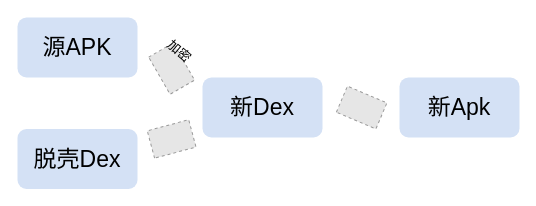
Earlier version of the draw.io diagram page "第 5 页" (5 of 5) of src/Untitled Diagram.drawio (maoqifan1/drawio). Source tidied: cells renumbered, new cells numbered last; positions are measured from the earlier drawing's top-left corner, leaving out a move shared by most shapes. Both pictures are drawn from the tidied source at 100%, with x=0, y=0 at pixel (17, 17). Pictures stored in the file or linked from it are replaced by grey dashed boxes.
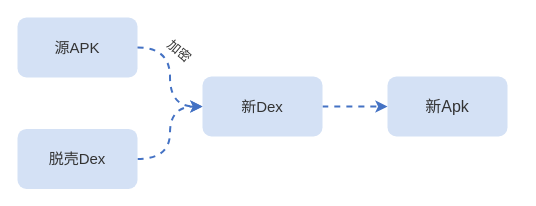
Above is the later version.

Change to the diagram source:
```diff
@@
 <mxGraphModel>
   <root>
     <mxCell id="0" />
     <mxCell id="1" parent="0" />
+    <mxCell id="10" style="group;" parent="1" vertex="1">
+      <mxGeometry y="-0.4" width="490" height="171.8" as="geometry" />
+    </mxCell>
-    <mxCell id="2" value="&lt;font style=&quot;font-size: 23px;&quot;&gt;源APK&lt;/font&gt;" style="rounded=1;whiteSpace=wrap;html=1;fillColor=#D4E1F5;strokeColor=none;" parent="1" vertex="1">
-      <mxGeometry width="120" height="60" as="geometry" />
+    <mxCell id="2" value="&lt;font color=&quot;#333333&quot; style=&quot;font-size: 15px;&quot;&gt;源APK&lt;/font&gt;" style="rounded=1;whiteSpace=wrap;html=1;fillColor=#D4E1F5;strokeColor=none;" parent="10" vertex="1">
+      <mxGeometry y="0.4" width="120" height="60" as="geometry" />
     </mxCell>
-    <mxCell id="3" value="&lt;font style=&quot;font-size: 23px;&quot;&gt;新Apk&lt;/font&gt;" style="rounded=1;whiteSpace=wrap;html=1;fillColor=#D4E1F5;strokeColor=none;" parent="1" vertex="1">
-      <mxGeometry x="382" y="60" width="120" height="60" as="geometry" />
+    <mxCell id="3" value="&lt;font color=&quot;#333333&quot; style=&quot;font-size: 16px;&quot;&gt;新Apk&lt;/font&gt;" style="rounded=1;whiteSpace=wrap;html=1;fillColor=#D4E1F5;strokeColor=none;" parent="10" vertex="1">
+      <mxGeometry x="370" y="59.4" width="120" height="60" as="geometry" />
     </mxCell>
+    <mxCell id="11" style="edgeStyle=orthogonalEdgeStyle;curved=1;rounded=0;jettySize=auto;html=1;exitX=1;exitY=0.5;exitDx=0;exitDy=0;dashed=1;strokeColor=#4472C4;strokeWidth=2;fontSize=18;" parent="10" edge="1" source="4" target="3">
+      <mxGeometry relative="1" as="geometry" />
+    </mxCell>
-    <mxCell id="4" value="&lt;font style=&quot;font-size: 23px;&quot;&gt;新Dex&lt;/font&gt;" style="rounded=1;whiteSpace=wrap;html=1;fillColor=#D4E1F5;strokeColor=none;" parent="1" vertex="1">
-      <mxGeometry x="185" y="60" width="120" height="60" as="geometry" />
+    <mxCell id="4" value="&lt;font color=&quot;#333333&quot; style=&quot;font-size: 15px;&quot;&gt;新Dex&lt;/font&gt;" style="rounded=1;whiteSpace=wrap;html=1;fillColor=#D4E1F5;strokeColor=none;fontColor=#1A1A1A;" parent="10" vertex="1">
+      <mxGeometry x="185" y="59.4" width="120" height="60" as="geometry" />
     </mxCell>
+    <mxCell id="12" style="edgeStyle=orthogonalEdgeStyle;rounded=0;jettySize=auto;html=1;exitX=1;exitY=0.5;exitDx=0;exitDy=0;entryX=0;entryY=0.5;entryDx=0;entryDy=0;fontSize=18;curved=1;strokeColor=#4472c4;dashed=1;strokeWidth=2;" parent="10" edge="1" source="2" target="4">
+      <mxGeometry relative="1" as="geometry" />
+    </mxCell>
+    <mxCell id="13" style="edgeStyle=orthogonalEdgeStyle;curved=1;rounded=0;jettySize=auto;html=1;exitX=1;exitY=0.5;exitDx=0;exitDy=0;entryX=0;entryY=0.5;entryDx=0;entryDy=0;fontSize=18;strokeWidth=2;strokeColor=#4472C4;dashed=1;" parent="10" edge="1" source="5" target="4">
+      <mxGeometry relative="1" as="geometry" />
+    </mxCell>
-    <mxCell id="5" value="&lt;font style=&quot;font-size: 23px;&quot;&gt;脱壳Dex&lt;/font&gt;" style="rounded=1;whiteSpace=wrap;html=1;fillColor=#D4E1F5;strokeColor=none;" parent="1" vertex="1">
-      <mxGeometry y="111.5" width="120" height="60" as="geometry" />
+    <mxCell id="5" value="&lt;font color=&quot;#333333&quot; style=&quot;font-size: 15px;&quot;&gt;脱壳Dex&lt;/font&gt;" style="rounded=1;whiteSpace=wrap;html=1;fillColor=#D4E1F5;strokeColor=none;" parent="10" vertex="1">
+      <mxGeometry y="111.8" width="120" height="60" as="geometry" />
     </mxCell>
-    <mxCell id="6" style="fillColor=#E6E6E6;strokeColor=#999999;dashed=1;verticalLabelPosition=bottom;labelBackgroundColor=default;verticalAlign=top;rotation=293;" parent="1" vertex="1">
-      <mxGeometry x="330" y="68.6" width="28.3" height="42.9" as="geometry" />
-    </mxCell>
-    <mxCell id="7" style="fillColor=#E6E6E6;strokeColor=#999999;dashed=1;verticalLabelPosition=bottom;labelBackgroundColor=default;verticalAlign=top;rotation=-30;" parent="1" vertex="1">
-      <mxGeometry x="140" y="29.7" width="28.3" height="42.9" as="geometry" />
-    </mxCell>
-    <mxCell id="8" style="fillColor=#E6E6E6;strokeColor=#999999;dashed=1;verticalLabelPosition=bottom;labelBackgroundColor=default;verticalAlign=top;rotation=-105;" parent="1" vertex="1">
-      <mxGeometry x="140" y="100" width="28.3" height="42.9" as="geometry" />
-    </mxCell>
-    <mxCell id="9" value="&lt;font style=&quot;font-size: 13px;&quot;&gt;加密&lt;/font&gt;" style="text;html=1;align=center;verticalAlign=middle;strokeColor=none;fillColor=none;fontSize=23;rotation=40;" parent="1" vertex="1">
-      <mxGeometry x="139" y="11" width="50" height="40" as="geometry" />
+    <mxCell id="9" value="&lt;font style=&quot;font-size: 13px;&quot;&gt;加密&lt;/font&gt;" style="text;html=1;align=center;verticalAlign=middle;strokeColor=none;fillColor=none;fontSize=23;rotation=40;fontColor=#333333;" parent="10" vertex="1">
+      <mxGeometry x="139" y="11.4" width="50" height="40" as="geometry" />
     </mxCell>
   </root>
 </mxGraphModel>
```
